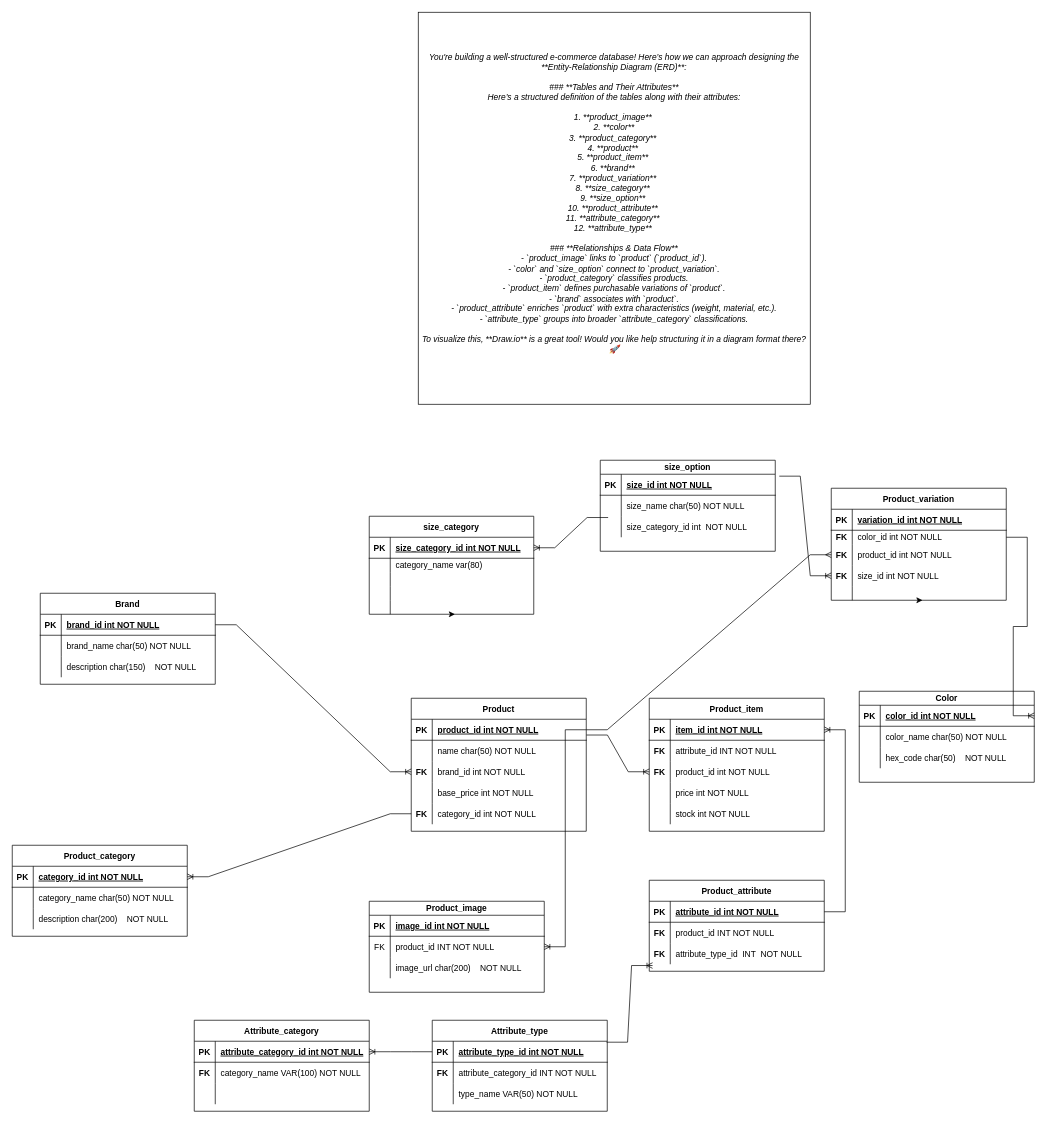
Above: Untitled Diagram.drawio in Egenue/PlP_Database_Groupassign (draw.io), before the change. Source tidied: cells renumbered, new cells numbered last; positions are measured from the earlier drawing's top-left corner, leaving out a move shared by most shapes. Both pictures are drawn from the tidied source at 70%, with x=0, y=0 at pixel (12, 12).
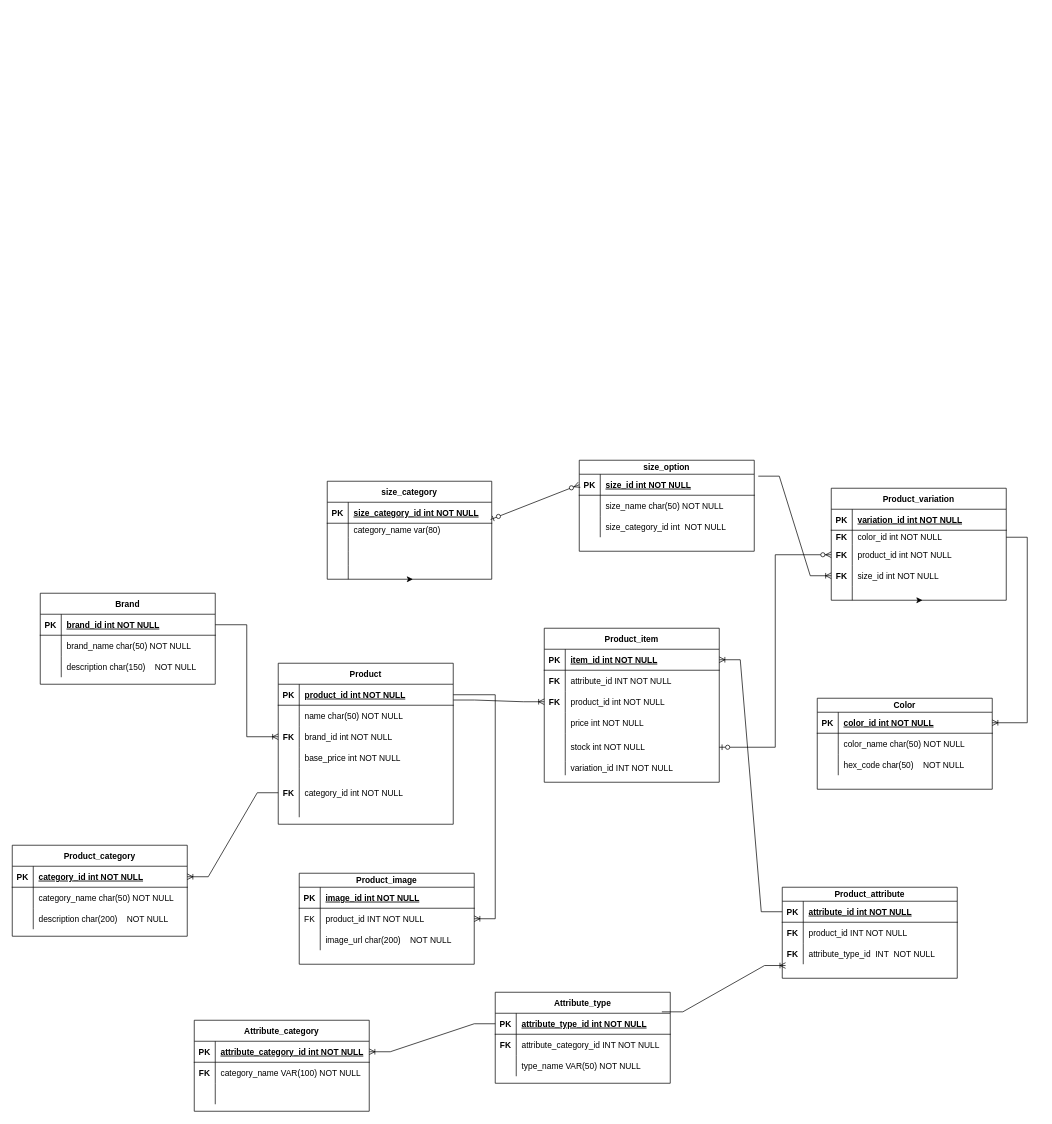
The same page after the edit.

Commit message:
modification of thhe draw-io copeted

Unchanged cells that the change refers to:
```xml
<mxCell id="3" style="shape=partialRectangle;fillColor=none;points=[[0,0.5],[1,0.5]];portConstraint=eastwest;top=0;left=0;right=0;bottom=1;" parent="2" vertex="1">
  <mxGeometry y="30" width="250" height="30" as="geometry" />
</mxCell>
<mxCell id="44" style="shape=partialRectangle;fillColor=none;points=[[0,0.5],[1,0.5]];portConstraint=eastwest;top=0;left=0;right=0;bottom=1;" parent="43" vertex="1">
  <mxGeometry y="30" width="250" height="30" as="geometry" />
</mxCell>
<mxCell id="50" style="shape=partialRectangle;fillColor=none;points=[[0,0.5],[1,0.5]];portConstraint=eastwest;top=0;left=0;right=0;bottom=0;" parent="43" vertex="1">
  <mxGeometry y="90" width="250" height="30" as="geometry" />
</mxCell>
<mxCell id="60" style="shape=partialRectangle;fillColor=none;points=[[0,0.5],[1,0.5]];portConstraint=eastwest;top=0;left=0;right=0;bottom=1;" parent="59" vertex="1">
  <mxGeometry y="30" width="250" height="30" as="geometry" />
</mxCell>
<mxCell id="82" style="shape=partialRectangle;fillColor=none;points=[[0,0.5],[1,0.5]];portConstraint=eastwest;top=0;left=0;right=0;bottom=0;" parent="75" vertex="1">
  <mxGeometry y="80" width="250" height="30" as="geometry" />
</mxCell>
<mxCell id="93" style="shape=partialRectangle;fillColor=none;points=[[0,0.5],[1,0.5]];portConstraint=eastwest;top=0;left=0;right=0;bottom=1;" parent="92" vertex="1">
  <mxGeometry y="30" width="235" height="30" as="geometry" />
</mxCell>
<mxCell id="96" style="shape=partialRectangle;fillColor=none;points=[[0,0.5],[1,0.5]];portConstraint=eastwest;top=0;left=0;right=0;bottom=0;" parent="92" vertex="1">
  <mxGeometry y="60" width="235" height="20" as="geometry" />
</mxCell>
<mxCell id="110" style="shape=partialRectangle;fillColor=none;points=[[0,0.5],[1,0.5]];portConstraint=eastwest;top=0;left=0;right=0;bottom=1;" parent="109" vertex="1">
  <mxGeometry y="20" width="250" height="30" as="geometry" />
</mxCell>
<mxCell id="116" style="shape=partialRectangle;fillColor=none;points=[[0,0.5],[1,0.5]];portConstraint=eastwest;top=0;left=0;right=0;bottom=0;" parent="109" vertex="1">
  <mxGeometry y="80" width="250" height="30" as="geometry" />
</mxCell>
<mxCell id="140" style="shape=partialRectangle;fillColor=none;points=[[0,0.5],[1,0.5]];portConstraint=eastwest;top=0;left=0;right=0;bottom=1;" parent="139" vertex="1">
  <mxGeometry y="30" width="250" height="30" as="geometry" />
</mxCell>
```

What changed in the source:
```diff
@@
-    <mxCell id="12" value="&lt;div&gt;You're building a well-structured e-commerce database! Here’s how we can approach designing the **Entity-Relationship Diagram (ERD)**:&lt;/div&gt;&lt;div&gt;&lt;br&gt;&lt;/div&gt;&lt;div&gt;### **Tables and Their Attributes**&lt;/div&gt;&lt;div&gt;Here’s a structured definition of the tables along with their attributes:&lt;/div&gt;&lt;div&gt;&lt;br&gt;&lt;/div&gt;&lt;div&gt;1. **product_image**&amp;nbsp;&lt;/div&gt;&lt;div&gt;&lt;span style=&quot;background-color: transparent; color: light-dark(rgb(0, 0, 0), rgb(255, 255, 255));&quot;&gt;2. **color**&lt;/span&gt;&lt;/div&gt;&lt;div&gt;3. **product_category**&amp;nbsp;&lt;/div&gt;&lt;div&gt;4. **product**&amp;nbsp;&lt;/div&gt;&lt;div&gt;5. **product_item**&amp;nbsp;&lt;/div&gt;&lt;div&gt;6. **brand**&amp;nbsp;&lt;/div&gt;&lt;div&gt;7. **product_variation**&amp;nbsp;&lt;/div&gt;&lt;div&gt;8. **size_category**&amp;nbsp;&lt;/div&gt;&lt;div&gt;9. **size_option**&amp;nbsp;&lt;/div&gt;&lt;div&gt;10. **product_attribute**&amp;nbsp;&lt;/div&gt;&lt;div&gt;11. **attribute_category**&amp;nbsp;&lt;/div&gt;&lt;div&gt;12. **attribute_type**&amp;nbsp;&lt;/div&gt;&lt;div&gt;&lt;br&gt;&lt;/div&gt;&lt;div&gt;### **Relationships &amp;amp; Data Flow**&lt;/div&gt;&lt;div&gt;- `product_image` links to `product` (`product_id`).&lt;/div&gt;&lt;div&gt;- `color` and `size_option` connect to `product_variation`.&lt;/div&gt;&lt;div&gt;- `product_category` classifies products.&lt;/div&gt;&lt;div&gt;- `product_item` defines purchasable variations of `product`.&lt;/div&gt;&lt;div&gt;- `brand` associates with `product`.&lt;/div&gt;&lt;div&gt;- `product_attribute` enriches `product` with extra characteristics (weight, material, etc.).&lt;/div&gt;&lt;div&gt;- `attribute_type` groups into broader `attribute_category` classifications.&lt;/div&gt;&lt;div&gt;&lt;br&gt;&lt;/div&gt;&lt;div&gt;To visualize this, **Draw.io** is a great tool! Would you like help structuring it in a diagram format there? 🚀&lt;/div&gt;&lt;div&gt;&lt;br&gt;&lt;/div&gt;" style="whiteSpace=wrap;html=1;fontStyle=2;" parent="1" vertex="1">
-      <mxGeometry x="580" width="560" height="560" as="geometry" />
-    </mxCell>
     <mxCell id="13" value="Product_image" style="shape=table;startSize=20;childLayout=tableLayout;rowLines=0;fontStyle=1;align=center;" parent="1" vertex="1">
-      <mxGeometry x="510" y="1270" width="250" height="130" as="geometry" />
+      <mxGeometry x="410" y="1230" width="250" height="130" as="geometry" />
     </mxCell>
@@
     <mxCell id="23" value="Color" style="shape=table;startSize=20;childLayout=tableLayout;rowLines=0;fontStyle=1;align=center;" parent="1" vertex="1">
-      <mxGeometry x="1210" y="970" width="250" height="130" as="geometry" />
+      <mxGeometry x="1150" y="980" width="250" height="130" as="geometry" />
     </mxCell>
@@
     <mxCell id="43" value="Product" style="shape=table;startSize=30;childLayout=tableLayout;rowLines=0;fontStyle=1;align=center;" parent="1" vertex="1">
-      <mxGeometry x="570" y="980" width="250" height="190" as="geometry" />
+      <mxGeometry x="380" y="930" width="250" height="230" as="geometry" />
     </mxCell>
@@
     <mxCell id="56" style="shape=partialRectangle;fillColor=none;points=[[0,0.5],[1,0.5]];portConstraint=eastwest;top=0;left=0;right=0;bottom=0;" parent="43" vertex="1">
-      <mxGeometry y="150" width="250" height="30" as="geometry" />
+      <mxGeometry y="150" width="250" height="70" as="geometry" />
     </mxCell>
     <mxCell id="57" value="FK" style="shape=partialRectangle;overflow=hidden;fillColor=none;top=0;left=0;bottom=0;right=0;fontStyle=1;" parent="56" vertex="1">
-      <mxGeometry width="30" height="30" as="geometry" />
+      <mxGeometry width="30" height="70" as="geometry" />
     </mxCell>
     <mxCell id="58" value="category_id int NOT NULL" style="shape=partialRectangle;overflow=hidden;fillColor=none;top=0;left=0;bottom=0;right=0;align=left;spacingLeft=6;" parent="56" vertex="1">
-      <mxGeometry x="30" width="220" height="30" as="geometry" />
+      <mxGeometry x="30" width="220" height="70" as="geometry" />
     </mxCell>
     <mxCell id="59" value="Product_item" style="shape=table;startSize=30;childLayout=tableLayout;rowLines=0;fontStyle=1;align=center;" parent="1" vertex="1">
-      <mxGeometry x="910" y="980" width="250" height="190" as="geometry" />
+      <mxGeometry x="760" y="880" width="250" height="220" as="geometry" />
     </mxCell>
@@
     <mxCell id="72" style="shape=partialRectangle;fillColor=none;points=[[0,0.5],[1,0.5]];portConstraint=eastwest;top=0;left=0;right=0;bottom=0;" parent="59" vertex="1">
-      <mxGeometry y="150" width="250" height="30" as="geometry" />
+      <mxGeometry y="150" width="250" height="40" as="geometry" />
     </mxCell>
     <mxCell id="73" style="shape=partialRectangle;overflow=hidden;fillColor=none;top=0;left=0;bottom=0;right=0;fontStyle=1;" parent="72" vertex="1">
-      <mxGeometry width="30" height="30" as="geometry" />
+      <mxGeometry width="30" height="40" as="geometry" />
     </mxCell>
     <mxCell id="74" value="stock int NOT NULL" style="shape=partialRectangle;overflow=hidden;fillColor=none;top=0;left=0;bottom=0;right=0;align=left;spacingLeft=6;" parent="72" vertex="1">
-      <mxGeometry x="30" width="220" height="30" as="geometry" />
+      <mxGeometry x="30" width="220" height="40" as="geometry" />
     </mxCell>
+    <mxCell id="160" style="shape=partialRectangle;fillColor=none;top=0;left=0;right=0;bottom=0;" parent="59" vertex="1">
+      <mxGeometry y="190" width="250" height="20" as="geometry" />
+    </mxCell>
+    <mxCell id="161" style="shape=partialRectangle;overflow=hidden;fillColor=none;top=0;left=0;bottom=0;right=0;fontStyle=1;" parent="160" vertex="1">
+      <mxGeometry width="30" height="20" as="geometry" />
+    </mxCell>
+    <mxCell id="162" value="variation_id INT NOT NULL" style="shape=partialRectangle;overflow=hidden;fillColor=none;top=0;left=0;bottom=0;right=0;align=left;spacingLeft=6;" parent="160" vertex="1">
+      <mxGeometry x="30" width="220" height="20" as="geometry" />
+    </mxCell>
@@
     <mxCell id="92" value="size_category" style="shape=table;startSize=30;childLayout=tableLayout;rowLines=0;fontStyle=1;align=center;" parent="1" vertex="1">
-      <mxGeometry x="510" y="720" width="235" height="140" as="geometry" />
+      <mxGeometry x="450" y="670" width="235" height="140" as="geometry" />
     </mxCell>
@@
     <mxCell id="109" value="size_option" style="shape=table;startSize=20;childLayout=tableLayout;rowLines=0;fontStyle=1;align=center;" parent="1" vertex="1">
-      <mxGeometry x="840" y="640" width="250" height="130" as="geometry" />
+      <mxGeometry x="810" y="640" width="250" height="130" as="geometry" />
     </mxCell>
@@
-    <mxCell id="119" value="Product_attribute" style="shape=table;startSize=30;childLayout=tableLayout;rowLines=0;fontStyle=1;align=center;" parent="1" vertex="1">
-      <mxGeometry x="910" y="1240" width="250" height="130" as="geometry" />
+    <mxCell id="119" value="Product_attribute" style="shape=table;startSize=20;childLayout=tableLayout;rowLines=0;fontStyle=1;align=center;" parent="1" vertex="1">
+      <mxGeometry x="1100" y="1250" width="250" height="130" as="geometry" />
     </mxCell>
     <mxCell id="120" style="shape=partialRectangle;fillColor=none;points=[[0,0.5],[1,0.5]];portConstraint=eastwest;top=0;left=0;right=0;bottom=1;" parent="119" vertex="1">
-      <mxGeometry y="30" width="250" height="30" as="geometry" />
+      <mxGeometry y="20" width="250" height="30" as="geometry" />
     </mxCell>
@@
     <mxCell id="123" style="shape=partialRectangle;fillColor=none;top=0;left=0;right=0;bottom=0;" parent="119" vertex="1">
-      <mxGeometry y="60" width="250" height="30" as="geometry" />
+      <mxGeometry y="50" width="250" height="30" as="geometry" />
     </mxCell>
@@
     <mxCell id="126" style="shape=partialRectangle;fillColor=none;points=[[0,0.5],[1,0.5]];portConstraint=eastwest;top=0;left=0;right=0;bottom=0;" parent="119" vertex="1">
-      <mxGeometry y="90" width="250" height="30" as="geometry" />
+      <mxGeometry y="80" width="250" height="30" as="geometry" />
     </mxCell>
@@
     <mxCell id="139" value="Attribute_type" style="shape=table;startSize=30;childLayout=tableLayout;rowLines=0;fontStyle=1;align=center;" parent="1" vertex="1">
-      <mxGeometry x="600" y="1440" width="250" height="130" as="geometry" />
+      <mxGeometry x="690" y="1400" width="250" height="130" as="geometry" />
     </mxCell>
@@
-    <mxCell id="151" style="edgeStyle=entityRelationEdgeStyle;fontSize=12;html=1;endArrow=ERoneToMany;rounded=0;entryX=0;entryY=0.5;entryDx=0;entryDy=0;exitX=1;exitY=0.5;exitDx=0;exitDy=0;" parent="1" edge="1" source="3" target="50">
-      <mxGeometry relative="1" as="geometry">
-        <Array as="points">
-          <mxPoint x="470" y="1275" />
-        </Array>
-      </mxGeometry>
+    <mxCell id="151" style="edgeStyle=orthogonalEdgeStyle;fontSize=12;html=1;endArrow=ERoneToMany;rounded=0;entryX=0;entryY=0.5;entryDx=0;entryDy=0;exitX=1;exitY=0.5;exitDx=0;exitDy=0;" parent="1" edge="1" source="3" target="50">
+      <mxGeometry relative="1" as="geometry" />
     </mxCell>
@@
-    <mxCell id="156" style="edgeStyle=entityRelationEdgeStyle;fontSize=12;html=1;endArrow=ERoneToMany;rounded=0;entryX=1;entryY=0.5;entryDx=0;entryDy=0;exitX=0.045;exitY=0.061;exitDx=0;exitDy=0;exitPerimeter=0;" parent="1" edge="1" source="116" target="93">
-      <mxGeometry relative="1" as="geometry">
-        <Array as="points">
-          <mxPoint x="950" y="1910.9" />
-        </Array>
-      </mxGeometry>
-    </mxCell>
-    <mxCell id="157" style="edgeStyle=entityRelationEdgeStyle;fontSize=12;html=1;endArrow=ERoneToMany;rounded=0;exitX=0.996;exitY=0.045;exitDx=0;exitDy=0;exitPerimeter=0;entryX=0.019;entryY=1.061;entryDx=0;entryDy=0;entryPerimeter=0;" parent="1" edge="1" source="140" target="126">
+    <mxCell id="157" style="edgeStyle=entityRelationEdgeStyle;fontSize=12;html=1;endArrow=ERoneToMany;rounded=0;exitX=0.952;exitY=-0.067;exitDx=0;exitDy=0;exitPerimeter=0;entryX=0.019;entryY=1.061;entryDx=0;entryDy=0;entryPerimeter=0;" parent="1" edge="1" source="140" target="126">
       <mxGeometry relative="1" as="geometry" />
     </mxCell>
-    <mxCell id="158" style="edgeStyle=entityRelationEdgeStyle;fontSize=12;html=1;endArrow=ERoneToMany;rounded=0;entryX=1;entryY=0.5;entryDx=0;entryDy=0;exitX=1;exitY=0.5;exitDx=0;exitDy=0;" parent="1" edge="1" source="120" target="60">
-      <mxGeometry relative="1" as="geometry" />
+    <mxCell id="158" style="edgeStyle=entityRelationEdgeStyle;fontSize=12;html=1;endArrow=ERoneToMany;rounded=0;entryX=1;entryY=0.5;entryDx=0;entryDy=0;exitX=0;exitY=0.5;exitDx=0;exitDy=0;" parent="1" edge="1" source="120" target="60">
+      <mxGeometry relative="1" as="geometry">
+        <Array as="points">
+          <mxPoint x="1270" y="1220" />
+          <mxPoint x="970" y="1150" />
+          <mxPoint x="1020" y="1190" />
+          <mxPoint x="1230" y="1190" />
+        </Array>
+      </mxGeometry>
     </mxCell>
-    <mxCell id="159" style="edgeStyle=entityRelationEdgeStyle;fontSize=12;html=1;endArrow=ERmany;rounded=0;exitX=1;exitY=0.5;exitDx=0;exitDy=0;" parent="1" edge="1" source="44" target="82">
-      <mxGeometry relative="1" as="geometry" />
-    </mxCell>
+    <mxCell id="163" style="fontSize=12;html=1;endArrow=ERzeroToMany;startArrow=ERzeroToOne;rounded=0;entryX=0;entryY=0.5;entryDx=0;entryDy=0;elbow=vertical;exitX=0.993;exitY=-0.267;exitDx=0;exitDy=0;exitPerimeter=0;" parent="1" edge="1" source="96" target="110">
+      <mxGeometry relative="1" as="geometry" />
+    </mxCell>
+    <mxCell id="164" style="fontSize=12;html=1;endArrow=ERzeroToMany;startArrow=ERzeroToOne;rounded=0;entryX=0;entryY=0.5;entryDx=0;entryDy=0;exitX=1;exitY=0.5;exitDx=0;exitDy=0;edgeStyle=elbowEdgeStyle;" parent="1" edge="1" source="72" target="82">
+      <mxGeometry relative="1" as="geometry" />
+    </mxCell>
```
